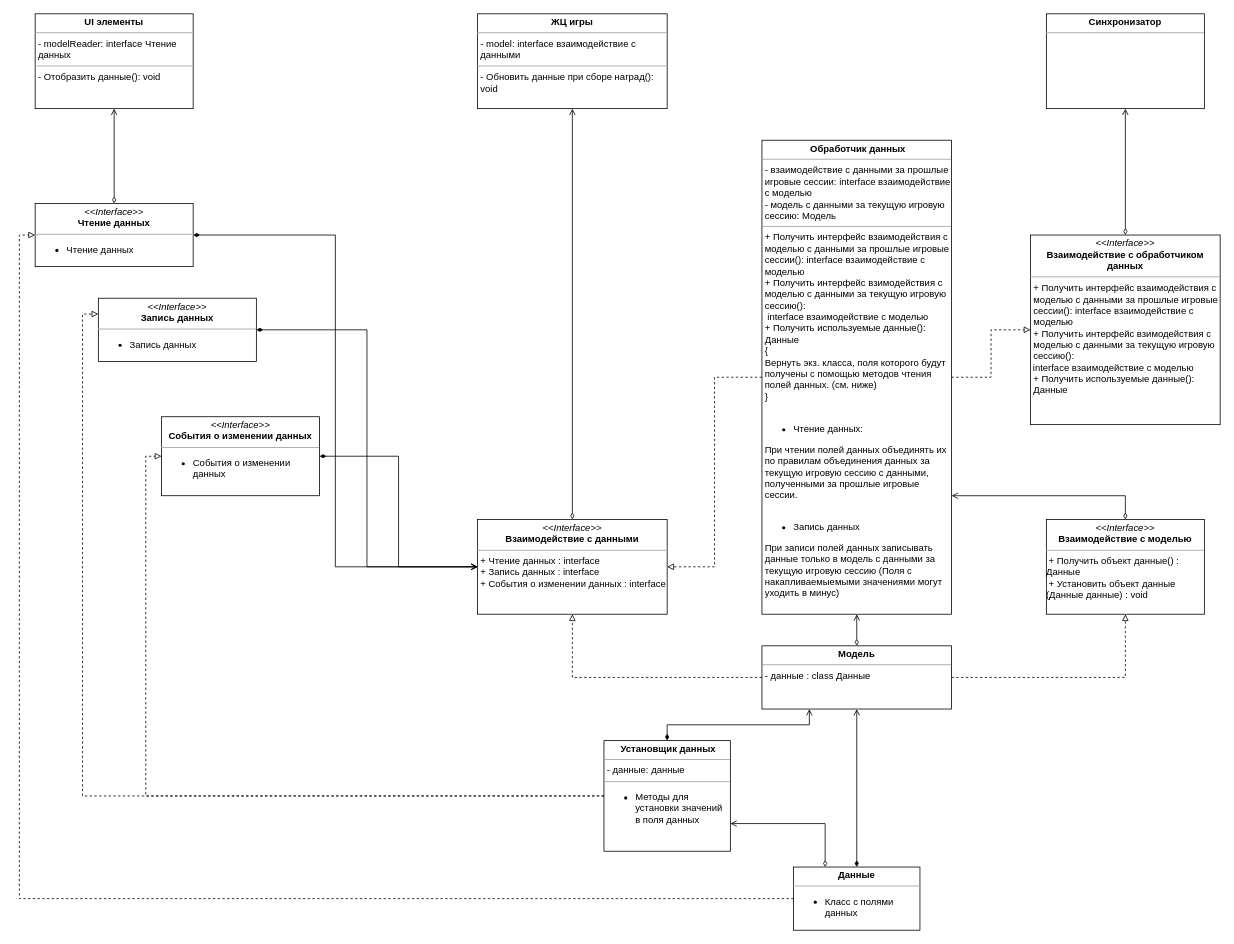
Earlier version of the draw.io diagram Документация/Проектирование кода/Работа с данными/Модель с данными UML.drawio (PurposeTo/JumpingDreamer). Source tidied: cells renumbered, new cells numbered last; positions are measured from the earlier drawing's top-left corner, leaving out a move shared by most shapes. Both pictures are drawn from the tidied source at 79%, with x=0, y=0 at pixel (35, 13).
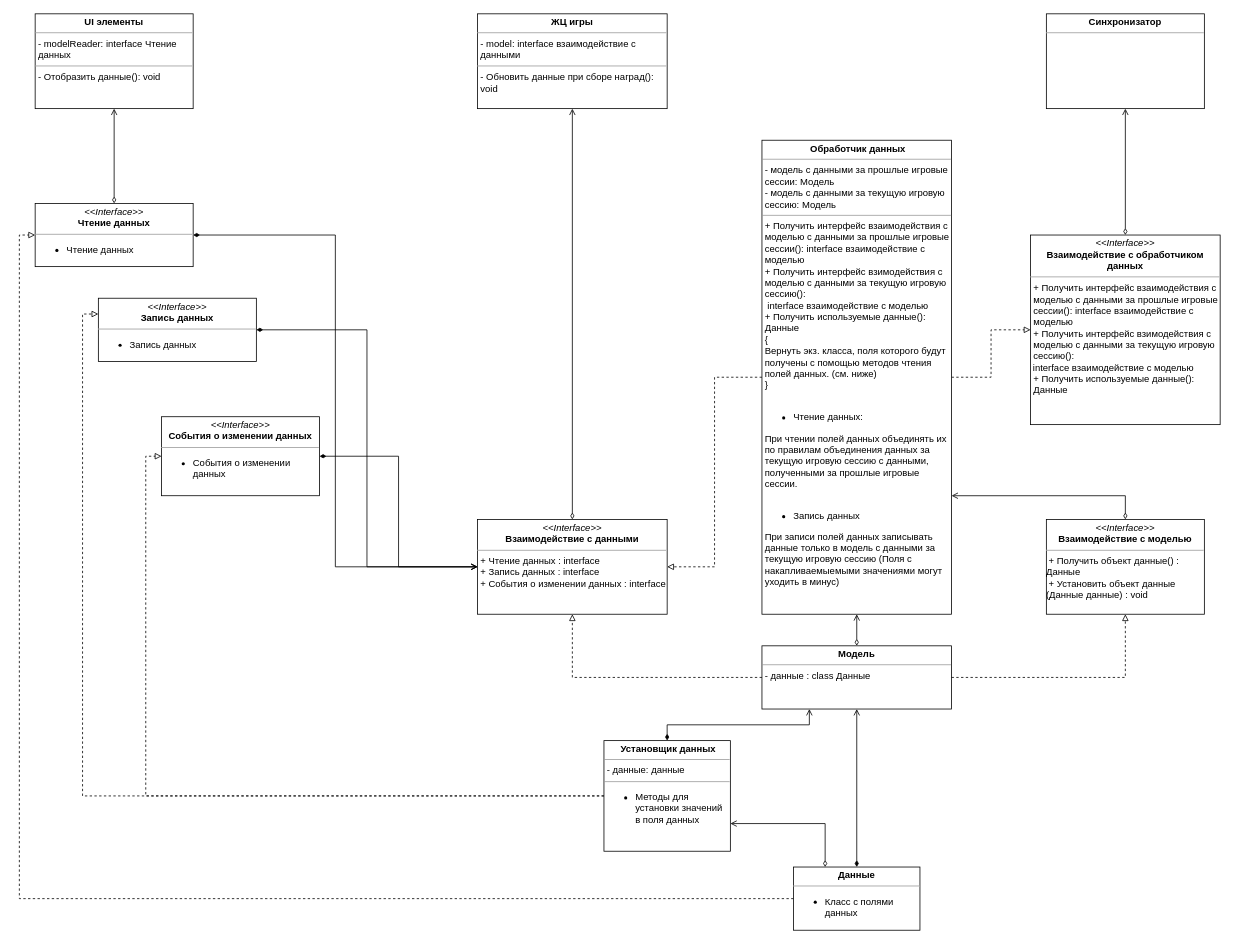
Above is the later version.

What changed in the source:
```diff
@@
-    <mxCell id="6" value="&lt;p style=&quot;margin: 0px ; margin-top: 4px ; text-align: center&quot;&gt;&lt;b&gt;&amp;nbsp;Обработчик данных&lt;/b&gt;&lt;/p&gt;&lt;hr size=&quot;1&quot;&gt;&lt;p style=&quot;margin: 0px 0px 0px 4px&quot;&gt;- взаимодействие с данными за прошлые игровые сессии: interface взаимодействие с моделью&lt;/p&gt;&lt;p style=&quot;margin: 0px 0px 0px 4px&quot;&gt;- модель с данными за текущую игровую сессию: Модель&amp;nbsp;&lt;/p&gt;&lt;hr size=&quot;1&quot;&gt;&lt;p style=&quot;margin: 0px ; margin-left: 4px&quot;&gt;+ Получить интерфейс взаимодействия с моделью с данными за прошлые игровые сессии(): interface взаимодействие с моделью&lt;br&gt;&lt;/p&gt;&lt;p style=&quot;margin: 0px 0px 0px 4px&quot;&gt;+ Получить интерфейс взимодействия с моделью с данными за текущую игровую сессию():&amp;nbsp;&lt;/p&gt;&lt;p style=&quot;margin: 0px ; margin-left: 4px&quot;&gt;&amp;nbsp;interface взаимодействие с моделью&lt;br&gt;&lt;/p&gt;&lt;p style=&quot;margin: 0px ; margin-left: 4px&quot;&gt;+ Получить используемые данные(): Данные&lt;/p&gt;&lt;p style=&quot;margin: 0px ; margin-left: 4px&quot;&gt;{&lt;/p&gt;&lt;p style=&quot;margin: 0px ; margin-left: 4px&quot;&gt;Вернуть экз. класса, поля которого будут получены с помощью методов чтения полей данных. (см. ниже)&lt;/p&gt;&lt;p style=&quot;margin: 0px ; margin-left: 4px&quot;&gt;}&lt;/p&gt;&lt;p style=&quot;margin: 0px ; margin-left: 4px&quot;&gt;&lt;br&gt;&lt;/p&gt;&lt;p style=&quot;margin: 0px ; margin-left: 4px&quot;&gt;&lt;/p&gt;&lt;ul&gt;&lt;li&gt;Чтение данных:&lt;/li&gt;&lt;/ul&gt;&lt;p&gt;&lt;/p&gt;&lt;p style=&quot;margin: 0px ; margin-left: 4px&quot;&gt;При чтении полей данных объединять их по правилам объединения данных за текущую игровую сессию с данными, полученными за прошлые игровые сессии.&lt;br&gt;&lt;/p&gt;&lt;p style=&quot;margin: 0px ; margin-left: 4px&quot;&gt;&lt;br&gt;&lt;/p&gt;&lt;p style=&quot;margin: 0px ; margin-left: 4px&quot;&gt;&lt;/p&gt;&lt;ul&gt;&lt;li&gt;Запись данных&lt;/li&gt;&lt;/ul&gt;&lt;p&gt;&lt;/p&gt;&lt;p style=&quot;margin: 0px ; margin-left: 4px&quot;&gt;При записи полей данных записывать данные только в модель с данными за текущую игровую сессию (Поля с накапливаемыемыми значениями могут уходить в минус)&lt;/p&gt;" style="verticalAlign=top;align=left;overflow=fill;fontSize=12;fontFamily=Helvetica;html=1;whiteSpace=wrap;" parent="1" vertex="1">
+    <mxCell id="6" value="&lt;p style=&quot;margin: 0px ; margin-top: 4px ; text-align: center&quot;&gt;&lt;b&gt;&amp;nbsp;Обработчик данных&lt;/b&gt;&lt;/p&gt;&lt;hr size=&quot;1&quot;&gt;&lt;p style=&quot;margin: 0px 0px 0px 4px&quot;&gt;- модель с данными за прошлые игровые сессии: Модель&lt;/p&gt;&lt;p style=&quot;margin: 0px 0px 0px 4px&quot;&gt;- модель с данными за текущую игровую сессию: Модель&amp;nbsp;&lt;/p&gt;&lt;hr size=&quot;1&quot;&gt;&lt;p style=&quot;margin: 0px ; margin-left: 4px&quot;&gt;+ Получить интерфейс взаимодействия с моделью с данными за прошлые игровые сессии(): interface взаимодействие с моделью&lt;br&gt;&lt;/p&gt;&lt;p style=&quot;margin: 0px 0px 0px 4px&quot;&gt;+ Получить интерфейс взимодействия с моделью с данными за текущую игровую сессию():&amp;nbsp;&lt;/p&gt;&lt;p style=&quot;margin: 0px ; margin-left: 4px&quot;&gt;&amp;nbsp;interface взаимодействие с моделью&lt;br&gt;&lt;/p&gt;&lt;p style=&quot;margin: 0px ; margin-left: 4px&quot;&gt;+ Получить используемые данные(): Данные&lt;/p&gt;&lt;p style=&quot;margin: 0px ; margin-left: 4px&quot;&gt;{&lt;/p&gt;&lt;p style=&quot;margin: 0px ; margin-left: 4px&quot;&gt;Вернуть экз. класса, поля которого будут получены с помощью методов чтения полей данных. (см. ниже)&lt;/p&gt;&lt;p style=&quot;margin: 0px ; margin-left: 4px&quot;&gt;}&lt;/p&gt;&lt;p style=&quot;margin: 0px ; margin-left: 4px&quot;&gt;&lt;br&gt;&lt;/p&gt;&lt;p style=&quot;margin: 0px ; margin-left: 4px&quot;&gt;&lt;/p&gt;&lt;ul&gt;&lt;li&gt;Чтение данных:&lt;/li&gt;&lt;/ul&gt;&lt;p&gt;&lt;/p&gt;&lt;p style=&quot;margin: 0px ; margin-left: 4px&quot;&gt;При чтении полей данных объединять их по правилам объединения данных за текущую игровую сессию с данными, полученными за прошлые игровые сессии.&lt;br&gt;&lt;/p&gt;&lt;p style=&quot;margin: 0px ; margin-left: 4px&quot;&gt;&lt;br&gt;&lt;/p&gt;&lt;p style=&quot;margin: 0px ; margin-left: 4px&quot;&gt;&lt;/p&gt;&lt;ul&gt;&lt;li&gt;Запись данных&lt;/li&gt;&lt;/ul&gt;&lt;p&gt;&lt;/p&gt;&lt;p style=&quot;margin: 0px ; margin-left: 4px&quot;&gt;При записи полей данных записывать данные только в модель с данными за текущую игровую сессию (Поля с накапливаемыемыми значениями могут уходить в минус)&lt;/p&gt;" style="verticalAlign=top;align=left;overflow=fill;fontSize=12;fontFamily=Helvetica;html=1;whiteSpace=wrap;" parent="1" vertex="1">
       <mxGeometry x="920" y="160" width="240" height="600" as="geometry" />
     </mxCell>
```
